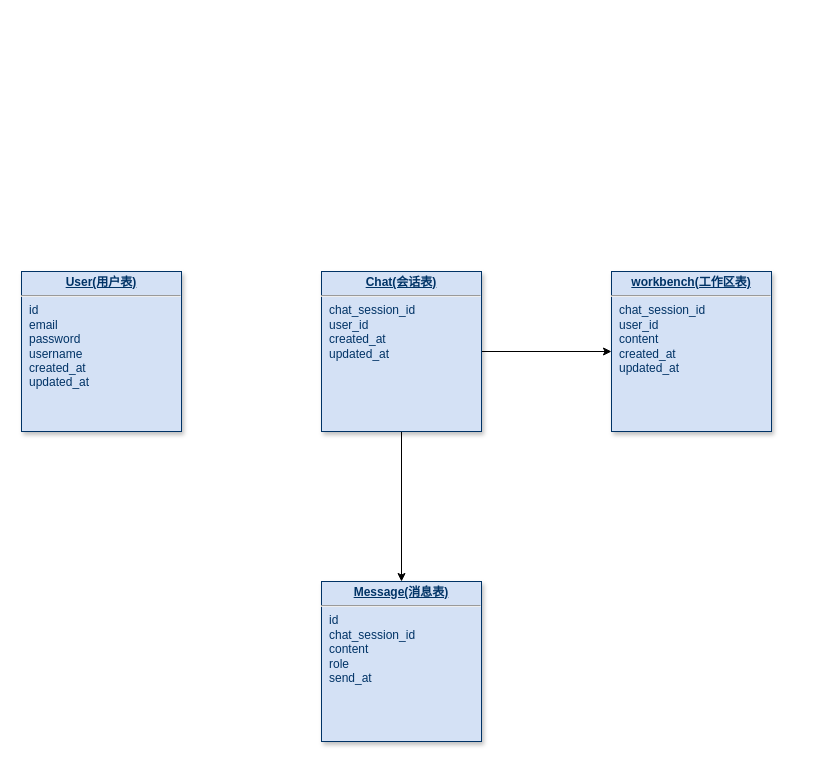
Above: tarvis_db.drawio in GogoWwz/tarvis-diagrams (draw.io), before the change. Source tidied: cells renumbered, new cells numbered last; positions are measured from the earlier drawing's top-left corner, leaving out a move shared by most shapes. Both pictures are drawn from the tidied source at 100%, with x=0, y=0 at pixel (21, 271).
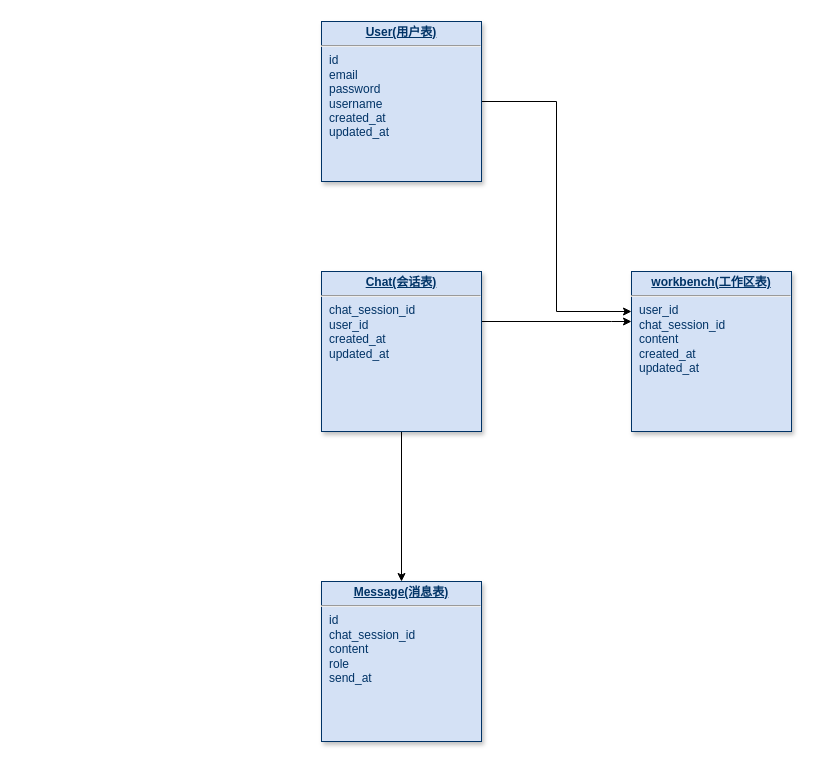
The same diagram, later.

Change to the diagram source:
```diff
@@
 <mxGraphModel>
   <root>
     <mxCell id="0" />
     <mxCell id="1" parent="0" />
+    <mxCell id="8" style="edgeStyle=orthogonalEdgeStyle;rounded=0;jettySize=auto;html=1;exitX=1;exitY=0.5;exitDx=0;exitDy=0;entryX=0;entryY=0.25;entryDx=0;entryDy=0;" parent="1" edge="1" source="2" target="7">
+      <mxGeometry relative="1" as="geometry" />
+    </mxCell>
     <mxCell id="2" value="&lt;p style=&quot;margin: 0px; margin-top: 4px; text-align: center; text-decoration: underline;&quot;&gt;&lt;b&gt;User(用户表)&lt;/b&gt;&lt;/p&gt;&lt;hr&gt;&lt;p style=&quot;margin: 0px; margin-left: 8px;&quot;&gt;&lt;span style=&quot;background-color: initial;&quot;&gt;id&lt;/span&gt;&lt;/p&gt;&lt;p style=&quot;margin: 0px; margin-left: 8px;&quot;&gt;&lt;span style=&quot;background-color: initial;&quot;&gt;email&lt;/span&gt;&lt;/p&gt;&lt;p style=&quot;margin: 0px; margin-left: 8px;&quot;&gt;password&lt;/p&gt;&lt;p style=&quot;margin: 0px; margin-left: 8px;&quot;&gt;username&lt;/p&gt;&lt;p style=&quot;margin: 0px; margin-left: 8px;&quot;&gt;created_at&lt;/p&gt;&lt;p style=&quot;margin: 0px; margin-left: 8px;&quot;&gt;updated_at&lt;/p&gt;" style="verticalAlign=top;align=left;overflow=fill;fontSize=12;fontFamily=Helvetica;html=1;strokeColor=#003366;shadow=1;fillColor=#D4E1F5;fontColor=#003366;" parent="1" vertex="1">
-      <mxGeometry width="160" height="160" as="geometry" />
+      <mxGeometry x="300" y="-250" width="160" height="160" as="geometry" />
     </mxCell>
     <mxCell id="3" style="edgeStyle=orthogonalEdgeStyle;rounded=0;jettySize=auto;html=1;" parent="1" edge="1" source="5" target="6">
       <mxGeometry relative="1" as="geometry" />
     </mxCell>
     <mxCell id="4" style="edgeStyle=orthogonalEdgeStyle;rounded=0;jettySize=auto;html=1;" parent="1" edge="1" source="5" target="7">
-      <mxGeometry relative="1" as="geometry" />
+      <mxGeometry relative="1" as="geometry">
+        <Array as="points">
+          <mxPoint x="590" y="50" />
+          <mxPoint x="590" y="50" />
+        </Array>
+      </mxGeometry>
     </mxCell>
     <mxCell id="5" value="&lt;p style=&quot;margin: 0px; margin-top: 4px; text-align: center; text-decoration: underline;&quot;&gt;&lt;b&gt;Chat(会话表)&lt;/b&gt;&lt;/p&gt;&lt;hr&gt;&lt;p style=&quot;margin: 0px; margin-left: 8px;&quot;&gt;chat_session_id&lt;/p&gt;&lt;p style=&quot;margin: 0px; margin-left: 8px;&quot;&gt;user_id&lt;/p&gt;&lt;p style=&quot;margin: 0px; margin-left: 8px;&quot;&gt;created_at&lt;/p&gt;&lt;p style=&quot;margin: 0px; margin-left: 8px;&quot;&gt;updated_at&lt;/p&gt;" style="verticalAlign=top;align=left;overflow=fill;fontSize=12;fontFamily=Helvetica;html=1;strokeColor=#003366;shadow=1;fillColor=#D4E1F5;fontColor=#003366;" parent="1" vertex="1">
       <mxGeometry x="300" width="160" height="160" as="geometry" />
     </mxCell>
     <mxCell id="6" value="&lt;p style=&quot;margin: 0px; margin-top: 4px; text-align: center; text-decoration: underline;&quot;&gt;&lt;b&gt;Message(消息表)&lt;/b&gt;&lt;/p&gt;&lt;hr&gt;&lt;p style=&quot;margin: 0px; margin-left: 8px;&quot;&gt;id&lt;/p&gt;&lt;p style=&quot;margin: 0px; margin-left: 8px;&quot;&gt;chat_session_id&lt;/p&gt;&lt;p style=&quot;margin: 0px; margin-left: 8px;&quot;&gt;content&lt;/p&gt;&lt;p style=&quot;margin: 0px; margin-left: 8px;&quot;&gt;role&lt;/p&gt;&lt;p style=&quot;margin: 0px; margin-left: 8px;&quot;&gt;send_at&lt;/p&gt;" style="verticalAlign=top;align=left;overflow=fill;fontSize=12;fontFamily=Helvetica;html=1;strokeColor=#003366;shadow=1;fillColor=#D4E1F5;fontColor=#003366;" parent="1" vertex="1">
       <mxGeometry x="300" y="310" width="160" height="160" as="geometry" />
     </mxCell>
-    <mxCell id="7" value="&lt;p style=&quot;margin: 0px; margin-top: 4px; text-align: center; text-decoration: underline;&quot;&gt;&lt;b&gt;workbench(工作区表)&lt;/b&gt;&lt;/p&gt;&lt;hr&gt;&lt;p style=&quot;margin: 0px; margin-left: 8px;&quot;&gt;chat_session_id&lt;/p&gt;&lt;p style=&quot;margin: 0px; margin-left: 8px;&quot;&gt;user_id&lt;/p&gt;&lt;p style=&quot;margin: 0px; margin-left: 8px;&quot;&gt;content&lt;/p&gt;&lt;p style=&quot;margin: 0px; margin-left: 8px;&quot;&gt;created_at&lt;/p&gt;&lt;p style=&quot;margin: 0px; margin-left: 8px;&quot;&gt;updated_at&lt;/p&gt;" style="verticalAlign=top;align=left;overflow=fill;fontSize=12;fontFamily=Helvetica;html=1;strokeColor=#003366;shadow=1;fillColor=#D4E1F5;fontColor=#003366;" parent="1" vertex="1">
-      <mxGeometry x="590" width="160" height="160" as="geometry" />
+    <mxCell id="7" value="&lt;p style=&quot;margin: 0px; margin-top: 4px; text-align: center; text-decoration: underline;&quot;&gt;&lt;b&gt;workbench(工作区表)&lt;/b&gt;&lt;/p&gt;&lt;hr&gt;&lt;p style=&quot;margin: 0px; margin-left: 8px;&quot;&gt;user_id&lt;br&gt;&lt;/p&gt;&lt;p style=&quot;margin: 0px; margin-left: 8px;&quot;&gt;chat_session_id&lt;/p&gt;&lt;p style=&quot;margin: 0px; margin-left: 8px;&quot;&gt;content&lt;/p&gt;&lt;p style=&quot;margin: 0px; margin-left: 8px;&quot;&gt;created_at&lt;/p&gt;&lt;p style=&quot;margin: 0px; margin-left: 8px;&quot;&gt;updated_at&lt;/p&gt;" style="verticalAlign=top;align=left;overflow=fill;fontSize=12;fontFamily=Helvetica;html=1;strokeColor=#003366;shadow=1;fillColor=#D4E1F5;fontColor=#003366;" parent="1" vertex="1">
+      <mxGeometry x="610" width="160" height="160" as="geometry" />
     </mxCell>
   </root>
 </mxGraphModel>
```
